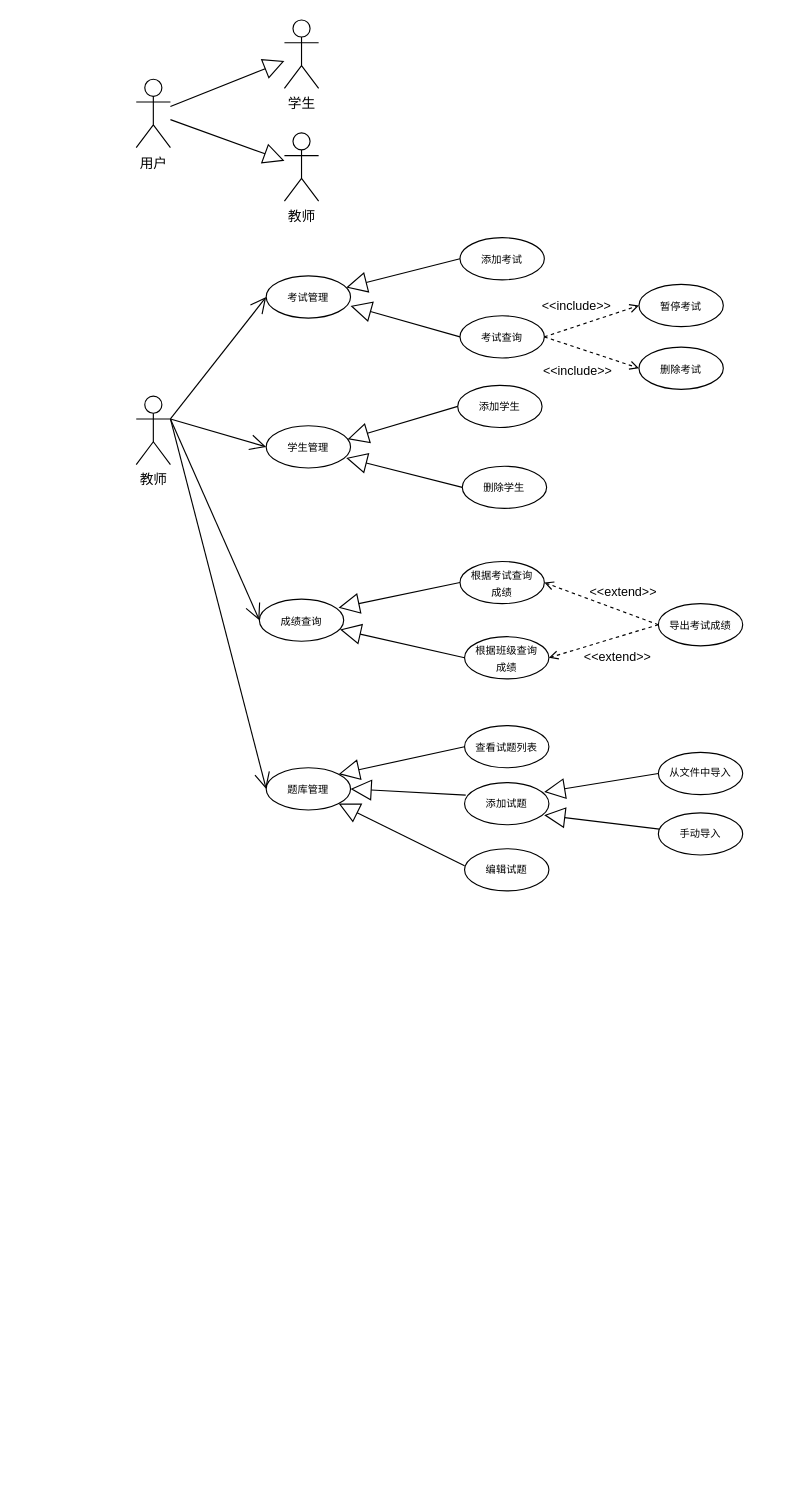
Above: 软工用例图.drawio in Wishlove09/drawio (draw.io), before the change. Source tidied: cells renumbered, new cells numbered last; positions are measured from the earlier drawing's top-left corner, leaving out a move shared by most shapes. Both pictures are drawn from the tidied source at 114%, with x=0, y=0 at pixel (136, 19).
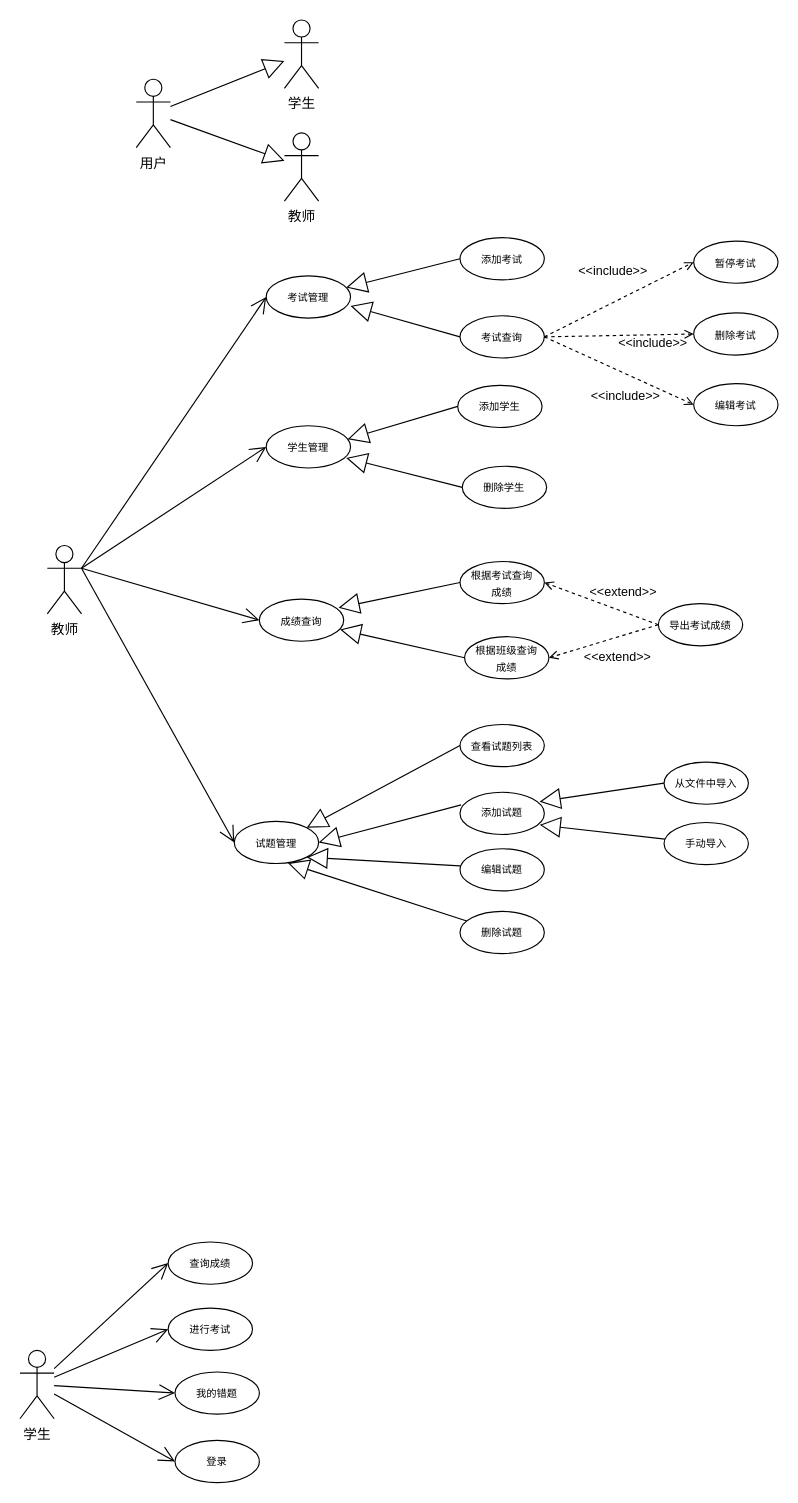
The same page after the edit.

Commit message:
更新软工用例图.drawio

Unchanged cells that the change refers to:
```xml
<mxCell id="17" value="&lt;font style=&quot;font-size: 9px;&quot;&gt;考试查询&lt;/font&gt;" style="ellipse;whiteSpace=wrap;html=1;" parent="1" vertex="1">
  <mxGeometry x="284" y="259.5" width="74" height="37" as="geometry" />
</mxCell>
```

Diff of the diagram source:
```diff
@@
     <mxCell id="7" value="教师" style="shape=umlActor;verticalLabelPosition=bottom;verticalAlign=top;html=1;" parent="1" vertex="1">
-      <mxGeometry y="330" width="30" height="60" as="geometry" />
+      <mxGeometry x="-78" y="461" width="30" height="60" as="geometry" />
     </mxCell>
@@
-    <mxCell id="12" value="&lt;font style=&quot;font-size: 9px;&quot;&gt;题库管理&lt;/font&gt;" style="ellipse;whiteSpace=wrap;html=1;" parent="1" vertex="1">
-      <mxGeometry x="114" y="656" width="74" height="37" as="geometry" />
+    <mxCell id="12" value="&lt;font style=&quot;font-size: 9px;&quot;&gt;试题管理&lt;/font&gt;" style="ellipse;whiteSpace=wrap;html=1;" parent="1" vertex="1">
+      <mxGeometry x="86" y="703" width="74" height="37" as="geometry" />
     </mxCell>
@@
     <mxCell id="18" value="&lt;font style=&quot;font-size: 9px;&quot;&gt;删除考试&lt;/font&gt;" style="ellipse;whiteSpace=wrap;html=1;" parent="1" vertex="1">
-      <mxGeometry x="441" y="287" width="74" height="37" as="geometry" />
+      <mxGeometry x="489" y="257" width="74" height="37" as="geometry" />
     </mxCell>
     <mxCell id="19" value="&lt;font style=&quot;font-size: 9px;&quot;&gt;暂停考试&lt;/font&gt;" style="ellipse;whiteSpace=wrap;html=1;" parent="1" vertex="1">
-      <mxGeometry x="441" y="232" width="74" height="37" as="geometry" />
+      <mxGeometry x="489" y="194" width="74" height="37" as="geometry" />
     </mxCell>
     <mxCell id="20" value="&amp;lt;&amp;lt;include&amp;gt;&amp;gt;" style="html=1;verticalAlign=bottom;labelBackgroundColor=none;endArrow=open;endFill=0;dashed=1;rounded=0;exitX=1;exitY=0.5;exitDx=0;exitDy=0;entryX=0;entryY=0.5;entryDx=0;entryDy=0;" parent="1" edge="1" source="17" target="19">
-      <mxGeometry x="-0.26" y="7" relative="1" as="geometry">
-        <mxPoint y="-1" as="offset" />
-      </mxGeometry>
+      <mxGeometry x="0.04" y="17" relative="1" as="geometry" />
     </mxCell>
     <mxCell id="21" value="&amp;lt;&amp;lt;include&amp;gt;&amp;gt;" style="html=1;verticalAlign=bottom;labelBackgroundColor=none;endArrow=open;endFill=0;dashed=1;rounded=0;exitX=1;exitY=0.5;exitDx=0;exitDy=0;entryX=0;entryY=0.5;entryDx=0;entryDy=0;" parent="1" edge="1" source="17" target="18">
-      <mxGeometry x="-0.08" y="-28" relative="1" as="geometry" />
+      <mxGeometry x="0.45" y="-16" relative="1" as="geometry" />
     </mxCell>
@@
     <mxCell id="30" value="&lt;font style=&quot;font-size: 9px;&quot;&gt;查看试题列表&lt;/font&gt;" style="ellipse;whiteSpace=wrap;html=1;" parent="1" vertex="1">
-      <mxGeometry x="288" y="619" width="74" height="37" as="geometry" />
+      <mxGeometry x="284" y="618" width="74" height="37" as="geometry" />
     </mxCell>
     <mxCell id="31" value="&lt;font style=&quot;font-size: 9px;&quot;&gt;添加试题&lt;/font&gt;" style="ellipse;whiteSpace=wrap;html=1;fontSize=9;" parent="1" vertex="1">
-      <mxGeometry x="288" y="669" width="74" height="37" as="geometry" />
+      <mxGeometry x="284" y="677.5" width="74" height="37" as="geometry" />
     </mxCell>
@@
     <mxCell id="40" value="编辑试题" style="ellipse;whiteSpace=wrap;html=1;fontSize=9;" parent="1" vertex="1">
-      <mxGeometry x="288" y="727" width="74" height="37" as="geometry" />
+      <mxGeometry x="284" y="727" width="74" height="37" as="geometry" />
     </mxCell>
@@
     <mxCell id="43" value="&lt;font style=&quot;font-size: 9px;&quot;&gt;从文件中导入&lt;br&gt;&lt;/font&gt;" style="ellipse;whiteSpace=wrap;html=1;fontSize=9;" parent="1" vertex="1">
-      <mxGeometry x="458" y="642.5" width="74" height="37" as="geometry" />
+      <mxGeometry x="463" y="651" width="74" height="37" as="geometry" />
     </mxCell>
@@
     <mxCell id="45" value="&lt;font style=&quot;font-size: 9px;&quot;&gt;手动导入&lt;br&gt;&lt;/font&gt;" style="ellipse;whiteSpace=wrap;html=1;fontSize=9;" parent="1" vertex="1">
-      <mxGeometry x="458" y="695.5" width="74" height="37" as="geometry" />
+      <mxGeometry x="463" y="704" width="74" height="37" as="geometry" />
     </mxCell>
+    <mxCell id="46" value="&lt;font style=&quot;font-size: 9px;&quot;&gt;编辑考试&lt;/font&gt;" style="ellipse;whiteSpace=wrap;html=1;" parent="1" vertex="1">
+      <mxGeometry x="489" y="319" width="74" height="37" as="geometry" />
+    </mxCell>
+    <mxCell id="47" value="&amp;lt;&amp;lt;include&amp;gt;&amp;gt;" style="html=1;verticalAlign=bottom;labelBackgroundColor=none;endArrow=open;endFill=0;dashed=1;rounded=0;exitX=1;exitY=0.5;exitDx=0;exitDy=0;entryX=0;entryY=0.5;entryDx=0;entryDy=0;" parent="1" edge="1" source="17" target="46">
+      <mxGeometry x="0.25" y="-26" relative="1" as="geometry" />
+    </mxCell>
+    <mxCell id="48" value="删除试题" style="ellipse;whiteSpace=wrap;html=1;fontSize=9;" parent="1" vertex="1">
+      <mxGeometry x="284" y="782" width="74" height="37" as="geometry" />
+    </mxCell>
+    <mxCell id="49" style="edgeStyle=none;shape=connector;rounded=0;jettySize=auto;html=1;entryX=0.635;entryY=0.986;entryDx=0;entryDy=0;entryPerimeter=0;labelBackgroundColor=default;strokeColor=default;align=center;verticalAlign=middle;fontFamily=Helvetica;fontSize=11;fontColor=default;endArrow=block;endFill=0;endSize=16;" parent="1" edge="1" source="48" target="12">
+      <mxGeometry relative="1" as="geometry" />
+    </mxCell>
+    <mxCell id="50" style="edgeStyle=none;shape=connector;rounded=0;jettySize=auto;html=1;entryX=0;entryY=0.5;entryDx=0;entryDy=0;labelBackgroundColor=default;strokeColor=default;align=center;verticalAlign=middle;fontFamily=Helvetica;fontSize=11;fontColor=default;endArrow=open;endFill=1;endSize=12;" parent="1" edge="1" source="53" target="54">
+      <mxGeometry relative="1" as="geometry" />
+    </mxCell>
+    <mxCell id="51" style="edgeStyle=none;shape=connector;rounded=0;jettySize=auto;html=1;entryX=0;entryY=0.5;entryDx=0;entryDy=0;labelBackgroundColor=default;strokeColor=default;align=center;verticalAlign=middle;fontFamily=Helvetica;fontSize=11;fontColor=default;endArrow=open;endFill=1;endSize=12;" parent="1" edge="1" source="53" target="55">
+      <mxGeometry relative="1" as="geometry" />
+    </mxCell>
+    <mxCell id="52" style="edgeStyle=none;shape=connector;rounded=0;jettySize=auto;html=1;entryX=0;entryY=0.5;entryDx=0;entryDy=0;labelBackgroundColor=default;strokeColor=default;align=center;verticalAlign=middle;fontFamily=Helvetica;fontSize=11;fontColor=default;endArrow=open;endFill=1;endSize=12;" parent="1" edge="1" source="53" target="56">
+      <mxGeometry relative="1" as="geometry" />
+    </mxCell>
+    <mxCell id="53" value="学生" style="shape=umlActor;verticalLabelPosition=bottom;verticalAlign=top;html=1;" parent="1" vertex="1">
+      <mxGeometry x="-102" y="1167" width="30" height="60" as="geometry" />
+    </mxCell>
+    <mxCell id="54" value="查询成绩" style="ellipse;whiteSpace=wrap;html=1;fontSize=9;" parent="1" vertex="1">
+      <mxGeometry x="28" y="1072" width="74" height="37" as="geometry" />
+    </mxCell>
+    <mxCell id="55" value="进行考试" style="ellipse;whiteSpace=wrap;html=1;fontSize=9;" parent="1" vertex="1">
+      <mxGeometry x="28" y="1130" width="74" height="37" as="geometry" />
+    </mxCell>
+    <mxCell id="56" value="我的错题" style="ellipse;whiteSpace=wrap;html=1;fontSize=9;" parent="1" vertex="1">
+      <mxGeometry x="34" y="1186" width="74" height="37" as="geometry" />
+    </mxCell>
+    <mxCell id="57" value="登录" style="ellipse;whiteSpace=wrap;html=1;fontSize=9;" parent="1" vertex="1">
+      <mxGeometry x="34" y="1246" width="74" height="37" as="geometry" />
+    </mxCell>
+    <mxCell id="58" style="edgeStyle=none;shape=connector;rounded=0;jettySize=auto;html=1;entryX=0;entryY=0.5;entryDx=0;entryDy=0;labelBackgroundColor=default;strokeColor=default;align=center;verticalAlign=middle;fontFamily=Helvetica;fontSize=11;fontColor=default;endArrow=open;endFill=1;endSize=12;" parent="1" edge="1" source="53" target="57">
+      <mxGeometry relative="1" as="geometry" />
+    </mxCell>
```
